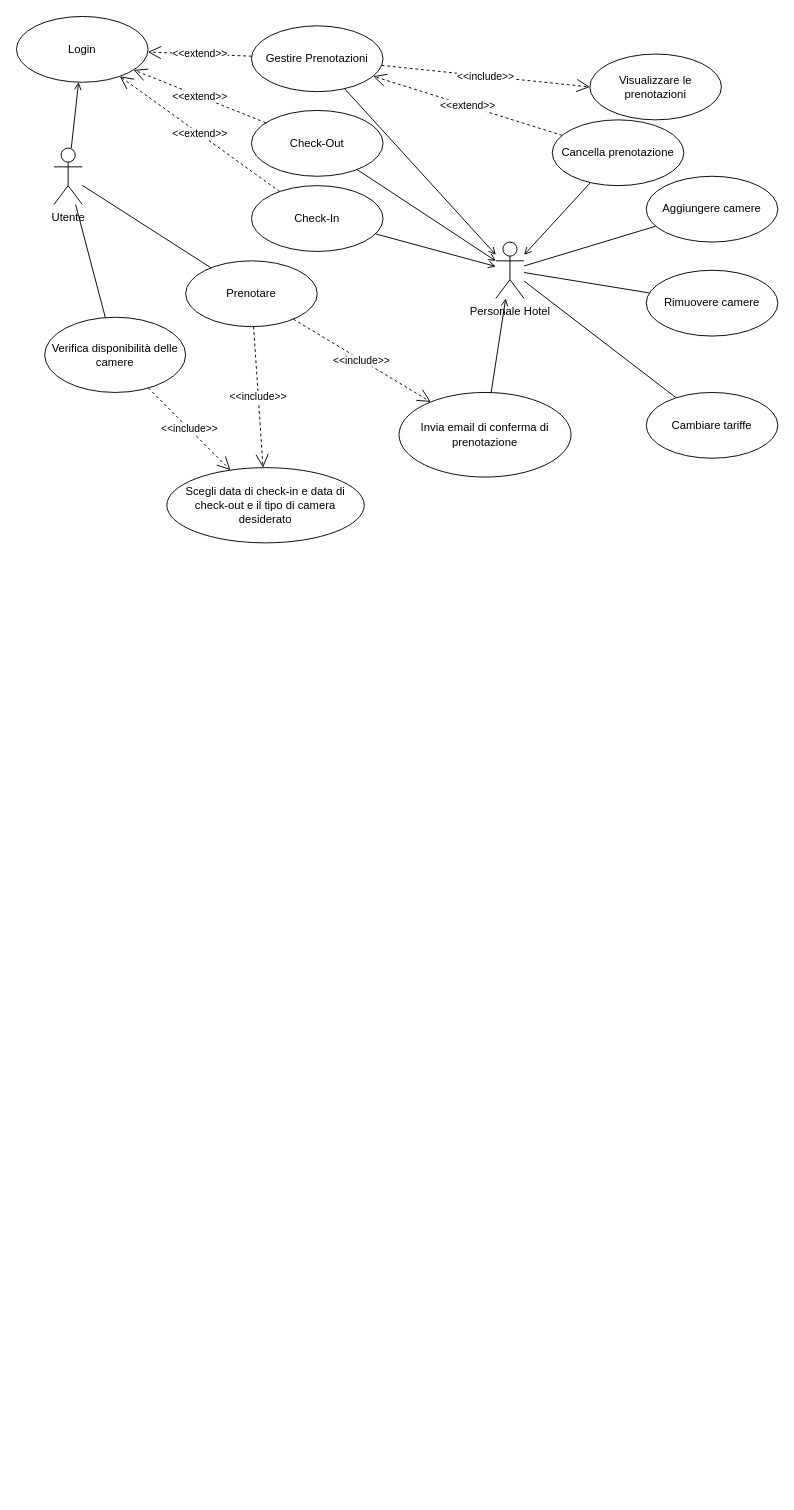
This is CasiUso1.drawio from HattyDoge/SnowWhite, a draw.io file, before an edit. Source tidied: cells renumbered, new cells numbered last; positions are measured from the earlier drawing's top-left corner, leaving out a move shared by most shapes. Both pictures are drawn from the tidied source at 94%, with x=0, y=0 at pixel (16, 16).
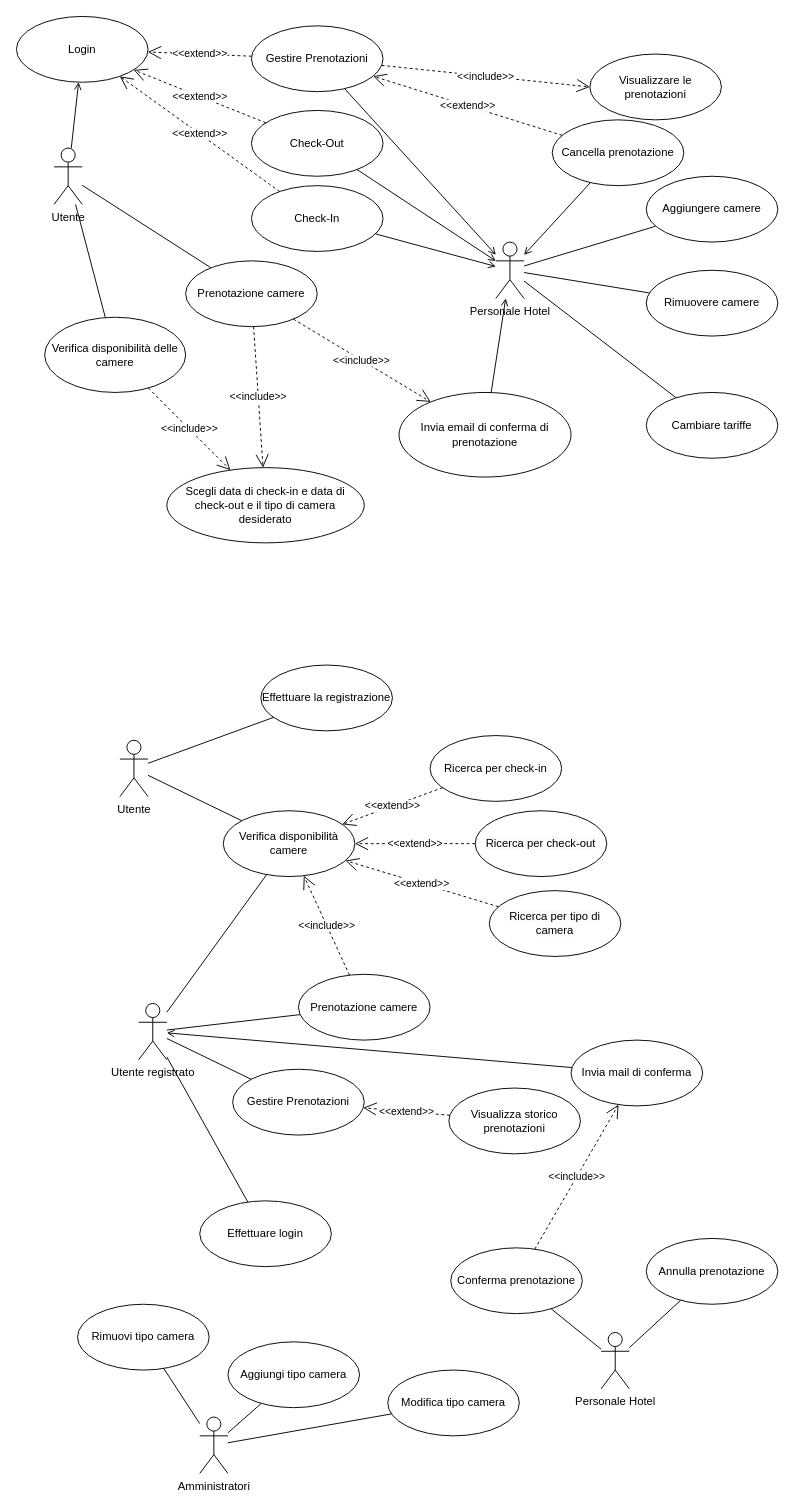
The same diagram, later.

What changed in the source:
```diff
@@
-    <mxCell id="6" value="Prenotare" style="ellipse;whiteSpace=wrap;html=1;" parent="1" vertex="1">
+    <mxCell id="6" value="Prenotazione camere" style="ellipse;whiteSpace=wrap;html=1;" parent="1" vertex="1">
       <mxGeometry x="180" y="260" width="140" height="70" as="geometry" />
     </mxCell>
@@
+    <mxCell id="36" style="rounded=0;jettySize=auto;html=1;endArrow=none;endFill=0;" parent="1" edge="1" source="39" target="67">
+      <mxGeometry relative="1" as="geometry" />
+    </mxCell>
+    <mxCell id="37" style="rounded=0;jettySize=auto;html=1;endArrow=none;endFill=0;" parent="1" edge="1" source="39" target="68">
+      <mxGeometry relative="1" as="geometry" />
+    </mxCell>
+    <mxCell id="38" style="rounded=0;jettySize=auto;html=1;endArrow=none;endFill=0;" parent="1" edge="1" source="39" target="69">
+      <mxGeometry relative="1" as="geometry" />
+    </mxCell>
+    <mxCell id="39" value="Amministratori" style="shape=umlActor;verticalLabelPosition=bottom;verticalAlign=top;html=1;" parent="1" vertex="1">
+      <mxGeometry x="195" y="1490" width="30" height="60" as="geometry" />
+    </mxCell>
+    <mxCell id="40" style="rounded=0;jettySize=auto;html=1;endArrow=none;endFill=0;" parent="1" edge="1" source="42" target="43">
+      <mxGeometry relative="1" as="geometry" />
+    </mxCell>
+    <mxCell id="41" style="rounded=0;jettySize=auto;html=1;endArrow=none;endFill=0;" parent="1" edge="1" source="42" target="57">
+      <mxGeometry relative="1" as="geometry" />
+    </mxCell>
+    <mxCell id="42" value="Utente" style="shape=umlActor;verticalLabelPosition=bottom;verticalAlign=top;html=1;" parent="1" vertex="1">
+      <mxGeometry x="110" y="770" width="30" height="60" as="geometry" />
+    </mxCell>
+    <mxCell id="43" value="Verifica disponibilità camere" style="ellipse;whiteSpace=wrap;html=1;" parent="1" vertex="1">
+      <mxGeometry x="220" y="845" width="140" height="70" as="geometry" />
+    </mxCell>
+    <mxCell id="44" value="Prenotazione camere" style="ellipse;whiteSpace=wrap;html=1;" parent="1" vertex="1">
+      <mxGeometry x="300" y="1019" width="140" height="70" as="geometry" />
+    </mxCell>
+    <mxCell id="45" value="Ricerca per check-in" style="ellipse;whiteSpace=wrap;html=1;" parent="1" vertex="1">
+      <mxGeometry x="440" y="765" width="140" height="70" as="geometry" />
+    </mxCell>
+    <mxCell id="46" value="&lt;span style=&quot;color: rgb(0, 0, 0); font-family: Helvetica; font-size: 12px; font-style: normal; font-variant-ligatures: normal; font-variant-caps: normal; font-weight: 400; letter-spacing: normal; orphans: 2; text-align: center; text-indent: 0px; text-transform: none; widows: 2; word-spacing: 0px; -webkit-text-stroke-width: 0px; background-color: rgb(251, 251, 251); text-decoration-thickness: initial; text-decoration-style: initial; text-decoration-color: initial; float: none; display: inline !important;&quot;&gt;Ricerca per check-out&lt;/span&gt;" style="ellipse;whiteSpace=wrap;html=1;" parent="1" vertex="1">
+      <mxGeometry x="488" y="845" width="140" height="70" as="geometry" />
+    </mxCell>
+    <mxCell id="47" value="&lt;span style=&quot;color: rgb(0, 0, 0); font-family: Helvetica; font-size: 12px; font-style: normal; font-variant-ligatures: normal; font-variant-caps: normal; font-weight: 400; letter-spacing: normal; orphans: 2; text-align: center; text-indent: 0px; text-transform: none; widows: 2; word-spacing: 0px; -webkit-text-stroke-width: 0px; background-color: rgb(251, 251, 251); text-decoration-thickness: initial; text-decoration-style: initial; text-decoration-color: initial; float: none; display: inline !important;&quot;&gt;Ricerca per tipo di camera&lt;/span&gt;" style="ellipse;whiteSpace=wrap;html=1;" parent="1" vertex="1">
+      <mxGeometry x="503" y="930" width="140" height="70" as="geometry" />
+    </mxCell>
+    <mxCell id="48" value="&amp;lt;&amp;lt;extend&amp;gt;&amp;gt;" style="endArrow=open;endSize=12;dashed=1;html=1;rounded=0;" parent="1" edge="1" source="45" target="43">
+      <mxGeometry relative="1" as="geometry" />
+    </mxCell>
+    <mxCell id="49" value="&amp;lt;&amp;lt;extend&amp;gt;&amp;gt;" style="endArrow=open;endSize=12;dashed=1;html=1;rounded=0;" parent="1" edge="1" source="46" target="43">
+      <mxGeometry relative="1" as="geometry" />
+    </mxCell>
+    <mxCell id="50" value="&amp;lt;&amp;lt;extend&amp;gt;&amp;gt;" style="endArrow=open;endSize=12;dashed=1;html=1;rounded=0;" parent="1" edge="1" source="47" target="43">
+      <mxGeometry relative="1" as="geometry" />
+    </mxCell>
+    <mxCell id="51" value="Gestire Prenotazioni" style="ellipse;whiteSpace=wrap;html=1;" parent="1" vertex="1">
+      <mxGeometry x="230" y="1120" width="140" height="70" as="geometry" />
+    </mxCell>
+    <mxCell id="52" style="rounded=0;jettySize=auto;html=1;endArrow=none;endFill=0;" parent="1" edge="1" source="54" target="43">
+      <mxGeometry relative="1" as="geometry" />
+    </mxCell>
+    <mxCell id="53" style="rounded=0;jettySize=auto;html=1;endArrow=none;endFill=0;" parent="1" edge="1" source="54" target="59">
+      <mxGeometry relative="1" as="geometry" />
+    </mxCell>
+    <mxCell id="54" value="Utente registrato" style="shape=umlActor;verticalLabelPosition=bottom;verticalAlign=top;html=1;" parent="1" vertex="1">
+      <mxGeometry x="130" y="1050" width="30" height="60" as="geometry" />
+    </mxCell>
+    <mxCell id="55" style="rounded=0;jettySize=auto;html=1;endArrow=none;endFill=0;" parent="1" edge="1" source="54" target="44">
+      <mxGeometry relative="1" as="geometry" />
+    </mxCell>
+    <mxCell id="56" style="rounded=0;jettySize=auto;html=1;endArrow=none;endFill=0;" parent="1" edge="1" source="54" target="51">
+      <mxGeometry relative="1" as="geometry" />
+    </mxCell>
+    <mxCell id="57" value="Effettuare la registrazione" style="ellipse;whiteSpace=wrap;html=1;" parent="1" vertex="1">
+      <mxGeometry x="260" y="690" width="140" height="70" as="geometry" />
+    </mxCell>
+    <mxCell id="58" value="Visualizza storico prenotazioni" style="ellipse;whiteSpace=wrap;html=1;" parent="1" vertex="1">
+      <mxGeometry x="460" y="1140" width="140" height="70" as="geometry" />
+    </mxCell>
+    <mxCell id="59" value="Effettuare login" style="ellipse;whiteSpace=wrap;html=1;" parent="1" vertex="1">
+      <mxGeometry x="195" y="1260" width="140" height="70" as="geometry" />
+    </mxCell>
+    <mxCell id="60" value="&amp;lt;&amp;lt;include&amp;gt;&amp;gt;" style="endArrow=open;endSize=12;dashed=1;html=1;rounded=0;" parent="1" edge="1" source="44" target="43">
+      <mxGeometry relative="1" as="geometry" />
+    </mxCell>
+    <mxCell id="61" value="&amp;lt;&amp;lt;extend&amp;gt;&amp;gt;" style="endArrow=open;endSize=12;dashed=1;html=1;rounded=0;" parent="1" edge="1" source="58" target="51">
+      <mxGeometry relative="1" as="geometry" />
+    </mxCell>
+    <mxCell id="62" style="rounded=0;jettySize=auto;html=1;endArrow=none;endFill=0;" parent="1" edge="1" source="64" target="65">
+      <mxGeometry relative="1" as="geometry" />
+    </mxCell>
+    <mxCell id="63" style="rounded=0;jettySize=auto;html=1;endArrow=none;endFill=0;" parent="1" edge="1" source="64" target="66">
+      <mxGeometry relative="1" as="geometry" />
+    </mxCell>
+    <mxCell id="64" value="Personale Hotel" style="shape=umlActor;verticalLabelPosition=bottom;verticalAlign=top;html=1;" parent="1" vertex="1">
+      <mxGeometry x="622" y="1400" width="30" height="60" as="geometry" />
+    </mxCell>
+    <mxCell id="65" value="Conferma prenotazione" style="ellipse;whiteSpace=wrap;html=1;" parent="1" vertex="1">
+      <mxGeometry x="462" y="1310" width="140" height="70" as="geometry" />
+    </mxCell>
+    <mxCell id="66" value="Annulla prenotazione" style="ellipse;whiteSpace=wrap;html=1;" parent="1" vertex="1">
+      <mxGeometry x="670" y="1300" width="140" height="70" as="geometry" />
+    </mxCell>
+    <mxCell id="67" value="Aggiungi tipo camera" style="ellipse;whiteSpace=wrap;html=1;" parent="1" vertex="1">
+      <mxGeometry x="225" y="1410" width="140" height="70" as="geometry" />
+    </mxCell>
+    <mxCell id="68" value="Modifica tipo camera" style="ellipse;whiteSpace=wrap;html=1;" parent="1" vertex="1">
+      <mxGeometry x="395" y="1440" width="140" height="70" as="geometry" />
+    </mxCell>
+    <mxCell id="69" value="Rimuovi tipo camera" style="ellipse;whiteSpace=wrap;html=1;" parent="1" vertex="1">
+      <mxGeometry x="65" y="1370" width="140" height="70" as="geometry" />
+    </mxCell>
+    <mxCell id="70" style="rounded=0;jettySize=auto;html=1;endArrow=open;endFill=0;" parent="1" edge="1" source="71" target="54">
+      <mxGeometry relative="1" as="geometry" />
+    </mxCell>
+    <mxCell id="71" value="Invia mail di conferma" style="ellipse;whiteSpace=wrap;html=1;" parent="1" vertex="1">
+      <mxGeometry x="590" y="1089" width="140" height="70" as="geometry" />
+    </mxCell>
+    <mxCell id="72" value="&amp;lt;&amp;lt;include&amp;gt;&amp;gt;" style="endArrow=open;endSize=12;dashed=1;html=1;rounded=0;" parent="1" edge="1" source="65" target="71">
+      <mxGeometry relative="1" as="geometry" />
+    </mxCell>
```
